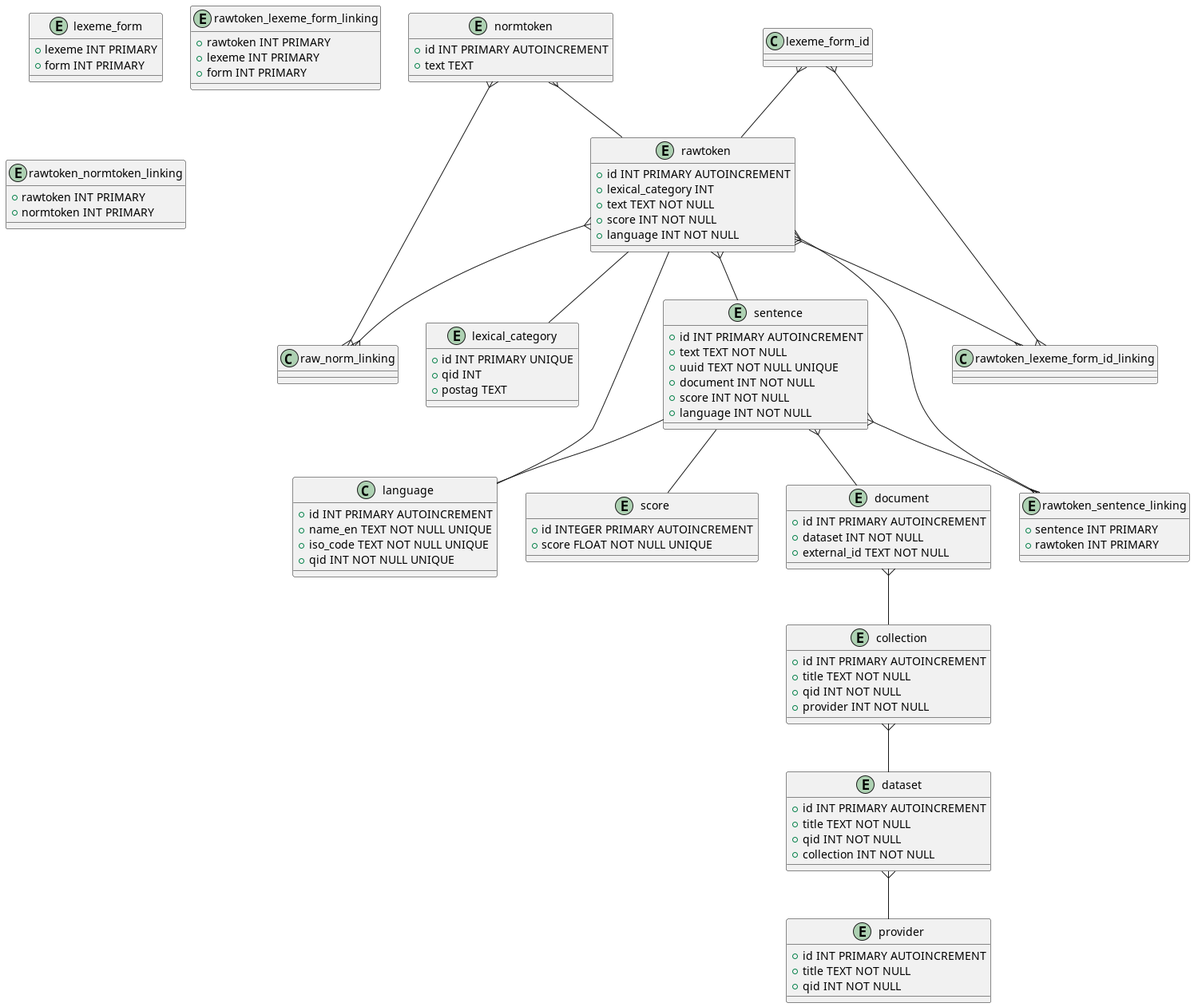
Before: diagrams/datamodel.png, a diagram exported from PlantUML (dpriskorn/riksdagen_sentences).
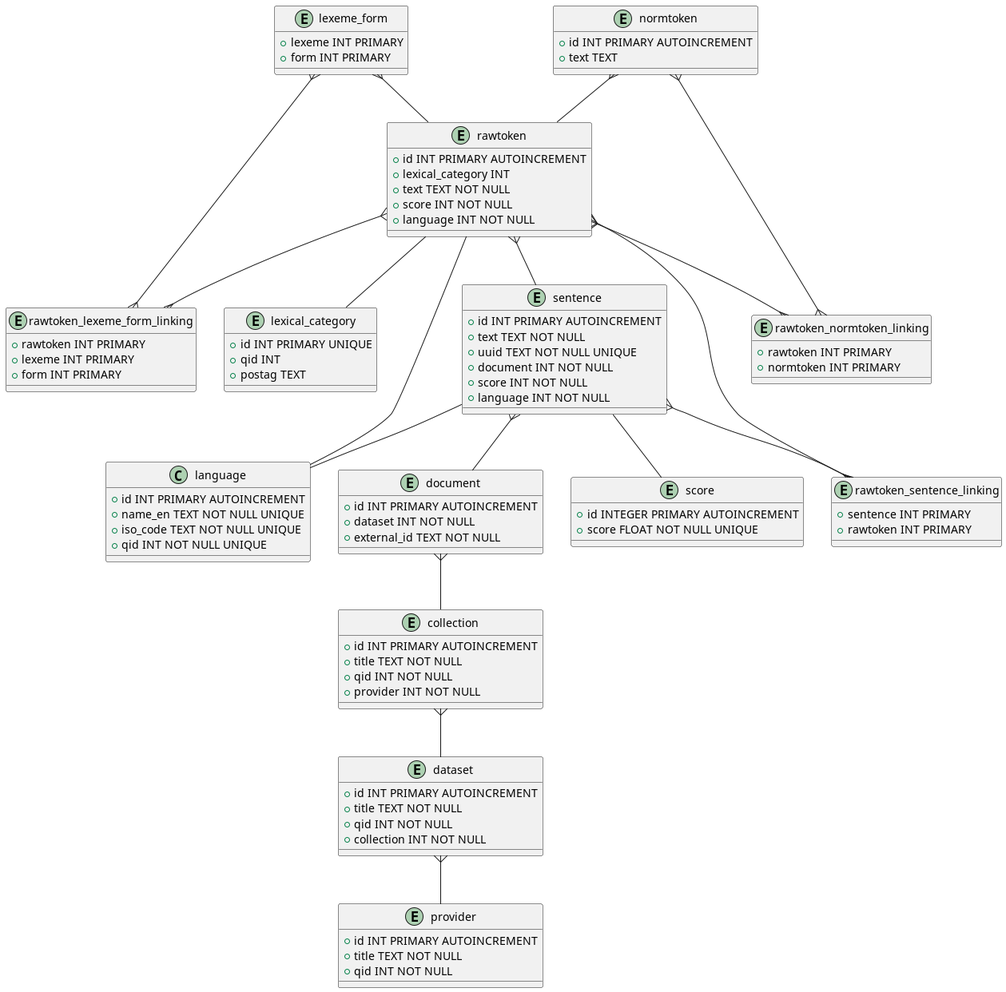
Above is the later version.

Change to the diagram source:
```diff
@@ -86,7 +86,7 @@
 }
 
 
-lexeme_form_id }-- rawtoken
+lexeme_form }-- rawtoken
 normtoken }-- rawtoken
 rawtoken }-- sentence
 sentence }-- document
@@ -99,10 +99,10 @@
 rawtoken -- lexical_category
 rawtoken -- language
 
-rawtoken }--{ raw_norm_linking
-normtoken }--{ raw_norm_linking
+rawtoken }--{ rawtoken_normtoken_linking
+normtoken }--{ rawtoken_normtoken_linking
 rawtoken }--{ rawtoken_sentence_linking
 sentence }--{ rawtoken_sentence_linking
-rawtoken }--{ rawtoken_lexeme_form_id_linking
-lexeme_form_id }--{ rawtoken_lexeme_form_id_linking
+rawtoken }--{ rawtoken_lexeme_form_linking
+lexeme_form }--{ rawtoken_lexeme_form_linking
 @enduml
```
